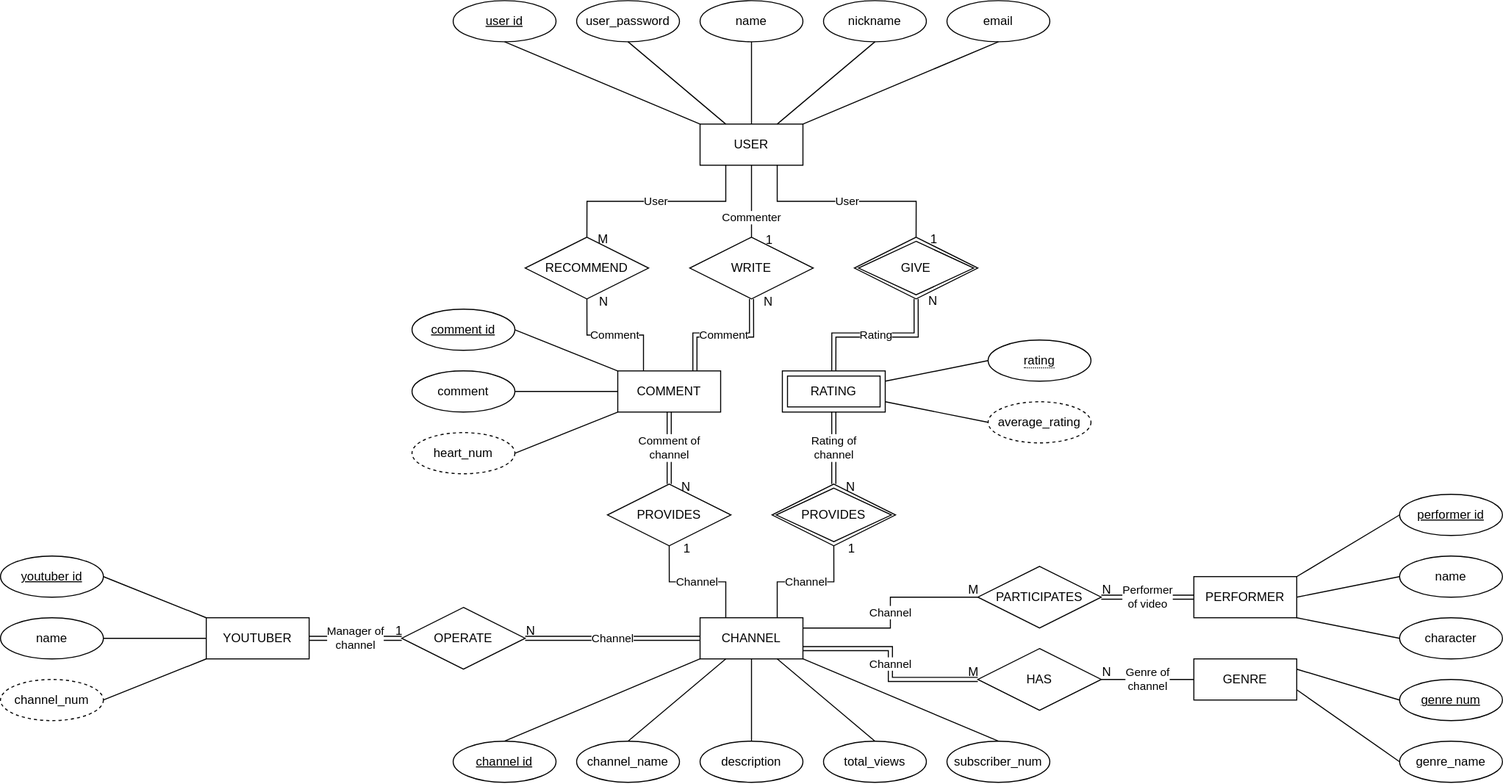
Above: er.drawio.svg in jangscon/DB_team9 (draw.io), before the change. Source tidied: cells renumbered, new cells last; positions are measured from the earlier drawing's top-left corner, leaving out a move shared by most shapes.
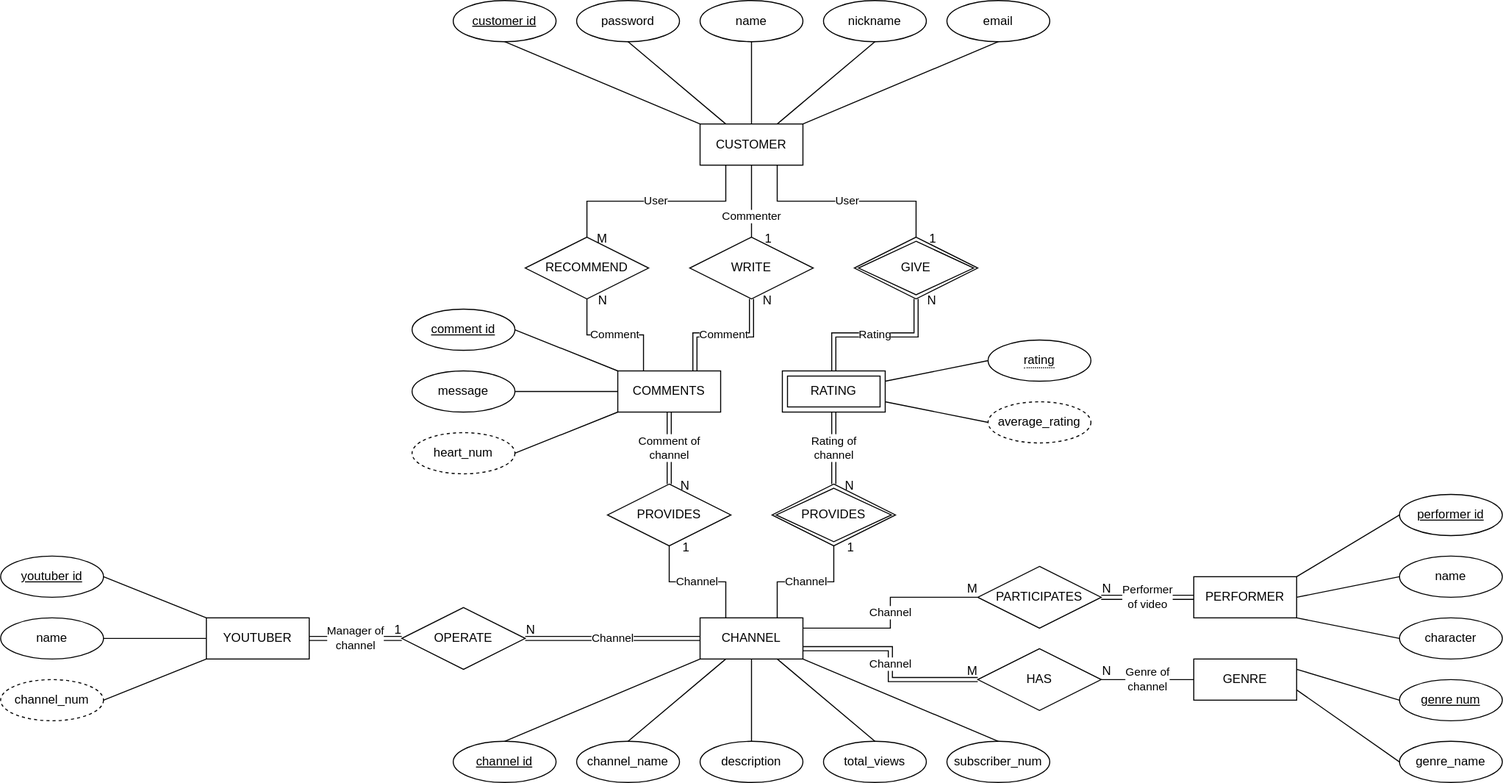
After the commit.

Change to the diagram source:
```diff
@@ -8,13 +8,13 @@
     <mxCell id="3" value="RATING" style="shape=ext;margin=3;double=1;whiteSpace=wrap;html=1;align=center;" parent="1" vertex="1">
       <mxGeometry x="760" y="360" width="100" height="40" as="geometry" />
     </mxCell>
-    <mxCell id="4" value="COMMENT" style="whiteSpace=wrap;html=1;align=center;" parent="1" vertex="1">
+    <mxCell id="4" value="COMMENTS" style="whiteSpace=wrap;html=1;align=center;" parent="1" vertex="1">
       <mxGeometry x="600" y="360" width="100" height="40" as="geometry" />
     </mxCell>
     <mxCell id="5" value="WRITE" style="shape=rhombus;perimeter=rhombusPerimeter;whiteSpace=wrap;html=1;align=center;" parent="1" vertex="1">
       <mxGeometry x="670" y="230" width="120" height="60" as="geometry" />
     </mxCell>
-    <mxCell id="6" value="USER" style="whiteSpace=wrap;html=1;align=center;" parent="1" vertex="1">
+    <mxCell id="6" value="CUSTOMER" style="whiteSpace=wrap;html=1;align=center;" parent="1" vertex="1">
       <mxGeometry x="680" y="120" width="100" height="40" as="geometry" />
     </mxCell>
     <mxCell id="7" value="RECOMMEND" style="shape=rhombus;perimeter=rhombusPerimeter;whiteSpace=wrap;html=1;align=center;" parent="1" vertex="1">
@@ -115,13 +115,13 @@
     <mxCell id="32" value="nickname" style="ellipse;whiteSpace=wrap;html=1;align=center;" parent="1" vertex="1">
       <mxGeometry x="800" width="100" height="40" as="geometry" />
     </mxCell>
-    <mxCell id="33" value="user_password" style="ellipse;whiteSpace=wrap;html=1;align=center;" parent="1" vertex="1">
+    <mxCell id="33" value="password" style="ellipse;whiteSpace=wrap;html=1;align=center;" parent="1" vertex="1">
       <mxGeometry x="560" width="100" height="40" as="geometry" />
     </mxCell>
     <mxCell id="34" value="email" style="ellipse;whiteSpace=wrap;html=1;align=center;" parent="1" vertex="1">
       <mxGeometry x="920" width="100" height="40" as="geometry" />
     </mxCell>
-    <mxCell id="35" value="user id" style="ellipse;whiteSpace=wrap;html=1;align=center;fontStyle=4;" parent="1" vertex="1">
+    <mxCell id="35" value="customer id" style="ellipse;whiteSpace=wrap;html=1;align=center;fontStyle=4;" parent="1" vertex="1">
       <mxGeometry x="440" width="100" height="40" as="geometry" />
     </mxCell>
     <mxCell id="36" style="endArrow=none;html=1;rounded=0;exitX=0;exitY=0;exitDx=0;exitDy=0;entryX=0.5;entryY=1;entryDx=0;entryDy=0;" parent="1" edge="1" source="6" target="35">
@@ -142,7 +142,7 @@
     <mxCell id="41" value="comment id" style="ellipse;whiteSpace=wrap;html=1;align=center;fontStyle=4;" parent="1" vertex="1">
       <mxGeometry x="400" y="300" width="100" height="40" as="geometry" />
     </mxCell>
-    <mxCell id="42" value="comment" style="ellipse;whiteSpace=wrap;html=1;align=center;" parent="1" vertex="1">
+    <mxCell id="42" value="message" style="ellipse;whiteSpace=wrap;html=1;align=center;" parent="1" vertex="1">
       <mxGeometry x="400" y="360" width="100" height="40" as="geometry" />
     </mxCell>
     <mxCell id="43" value="heart_num" style="ellipse;whiteSpace=wrap;html=1;align=center;dashed=1;" parent="1" vertex="1">
```
